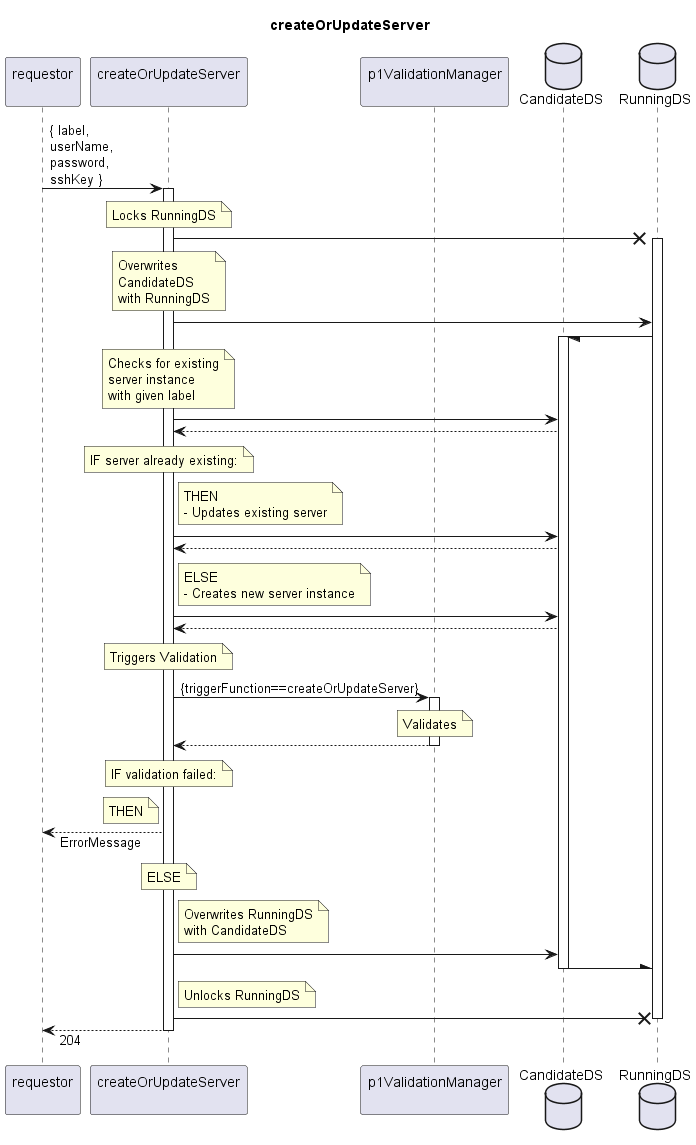
Earlier version of the PlantUML export spec/Services/createOrUpdateServer/1.0.0/createOrUpdateServer.png (openBackhaul/FirmWareManager).
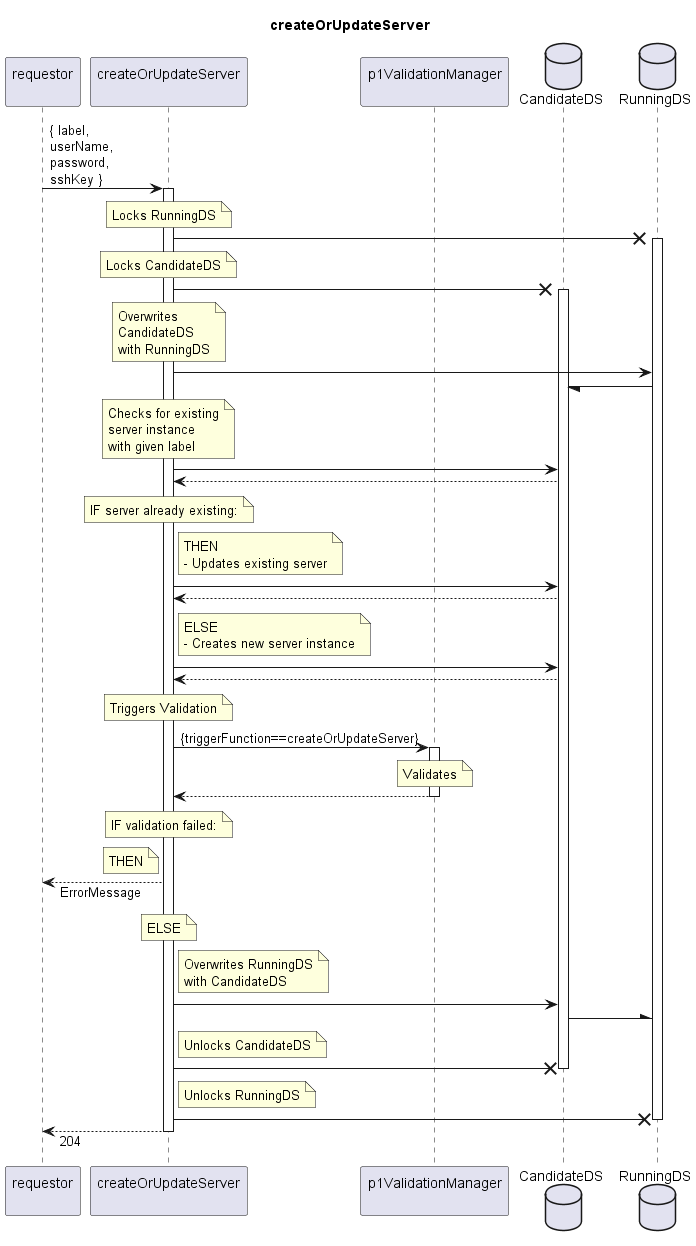
After the commit.

Change to the diagram source:
```diff
@@ -19,7 +19,11 @@
   end note
   couServer -X RunDS
   activate RunDS
-
+  note over couServer
+    Locks CandidateDS
+  end note
+  couServer -X CanDS
+  activate CanDS
   note over couServer
     Overwrites
     CandidateDS
@@ -27,7 +31,6 @@
   end note
   couServer -> RunDS
   RunDS -/ CanDS
-  activate CanDS
 
   note over couServer
     Checks for existing
@@ -79,8 +82,11 @@
   end note
   couServer -> CanDS
   CanDS -\ RunDS
+  note right couServer
+    Unlocks CandidateDS
+  end note
+  couServer -X CanDS
   deactivate CanDS
-
   note right couServer
     Unlocks RunningDS
   end note
```
